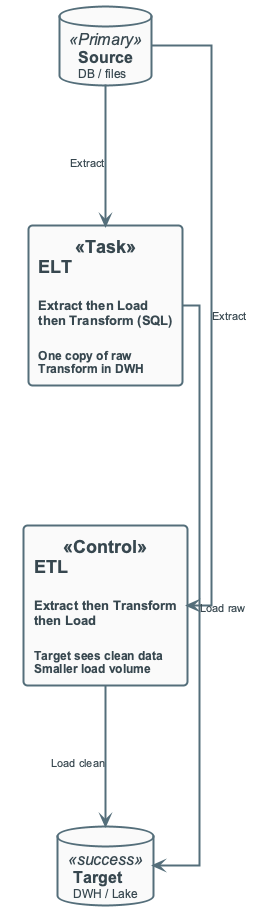
OrPerets/data-engineering-course keeps this PlantUML diagram as diagrams/week04/week4_etl_vs_elt.png. Above is the earlier version.
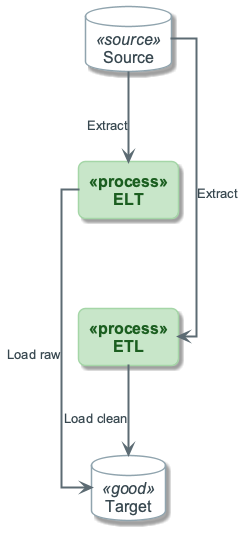
The same file after the commit.

Diff of the diagram source:
```diff
@@ -1,20 +1,19 @@
 @startuml
-
 !include ../_template_styles.puml
+!include _week4_visual_style.puml
 
 left to right direction
+skinparam nodesep 90
+skinparam ranksep 70
 
-rectangle "**ETL**\n\n<size:13>Extract then Transform</size>\n<size:13>then Load</size>\n\n<size:12>Target sees clean data</size>\n<size:12>Smaller load volume</size>" as ETL <<Control>>
+database "Source" as SRC <<source>>
+rectangle "ETL" as ETL <<process>>
+rectangle "ELT" as ELT <<process>>
+database "Target" as TGT <<good>>
 
-rectangle "**ELT**\n\n<size:13>Extract then Load</size>\n<size:13>then Transform (SQL)</size>\n\n<size:12>One copy of raw</size>\n<size:12>Transform in DWH</size>" as ELT <<Task>>
-
-database "**Source**\n<size:12>DB / files</size>" as SRC <<Primary>>
-database "**Target**\n<size:12>DWH / Lake</size>" as TGT <<success>>
-
-SRC -right-> ETL : <size:11>Extract</size>
-SRC -right-> ELT : <size:11>Extract</size>
-ETL -right-> TGT : <size:11>Load clean</size>
-ELT -right-> TGT : <size:11>Load raw</size>
-TGT -[hidden]right- ELT
+SRC -right-> ETL : Extract
+SRC -right-> ELT : Extract
+ETL -right-> TGT : Load clean
+ELT -right-> TGT : Load raw
 
 @enduml
```
